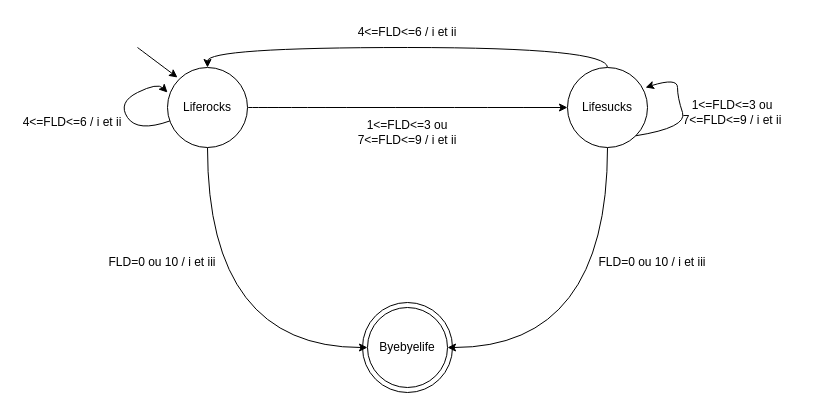
The draw.io diagram Automate.drawio in gwt734/Projet_INF203, before the edit. Source tidied: cells renumbered, new cells numbered last; positions are measured from the earlier drawing's top-left corner, leaving out a move shared by most shapes. Both pictures are drawn from the tidied source at 100%, with x=0, y=0 at pixel (17, 17).
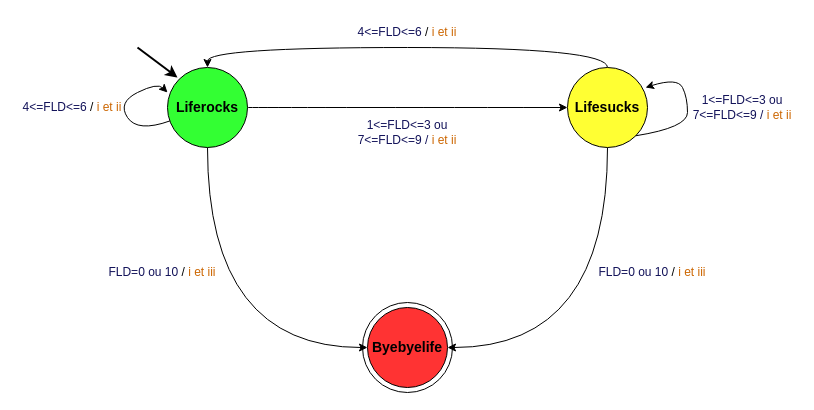
After the change.

The edit, as a diff of the source:
```diff
@@
-    <mxCell id="5" value="Liferocks" style="ellipse;whiteSpace=wrap;html=1;" parent="1" vertex="1">
+    <mxCell id="5" value="&lt;b&gt;&lt;font style=&quot;font-size: 14px&quot;&gt;Liferocks&lt;/font&gt;&lt;/b&gt;" style="ellipse;whiteSpace=wrap;html=1;fillColor=#33FF33;strokeColor=#000000;" parent="1" vertex="1">
       <mxGeometry x="150" y="50" width="80" height="80" as="geometry" />
     </mxCell>
@@
-    <mxCell id="8" value="Lifesucks" style="ellipse;whiteSpace=wrap;html=1;" parent="1" vertex="1">
+    <mxCell id="8" value="&lt;b&gt;&lt;font style=&quot;font-size: 14px&quot;&gt;Lifesucks&lt;/font&gt;&lt;/b&gt;" style="ellipse;whiteSpace=wrap;html=1;fillColor=#FFFF33;" parent="1" vertex="1">
       <mxGeometry x="550" y="50" width="80" height="80" as="geometry" />
     </mxCell>
-    <mxCell id="9" value="Byebyelife" style="ellipse;whiteSpace=wrap;html=1;" parent="1" vertex="1">
+    <mxCell id="9" value="&lt;font style=&quot;font-size: 14px&quot;&gt;&lt;b&gt;Byebyelife&lt;/b&gt;&lt;/font&gt;" style="ellipse;whiteSpace=wrap;html=1;fillColor=#FF3333;" parent="1" vertex="1">
       <mxGeometry x="350" y="290" width="80" height="80" as="geometry" />
     </mxCell>
     <mxCell id="10" style="curved=1;endArrow=classic;html=1;rounded=0;entryX=0.975;entryY=0.25;entryDx=0;entryDy=0;entryPerimeter=0;exitX=1;exitY=1;exitDx=0;exitDy=0;" parent="1" edge="1" source="8" target="8">
       <mxGeometry relative="1" as="geometry">
         <Array as="points">
           <mxPoint x="670" y="110" />
-          <mxPoint x="660" y="80" />
+          <mxPoint x="670" y="80" />
           <mxPoint x="660" y="60" />
         </Array>
       </mxGeometry>
     </mxCell>
@@
-    <mxCell id="12" style="endArrow=classic;html=1;rounded=0;curved=1;" parent="1" edge="1">
+    <mxCell id="12" style="endArrow=classic;html=1;rounded=0;curved=1;strokeWidth=2;" parent="1" edge="1">
       <mxGeometry relative="1" as="geometry">
         <mxPoint x="120" y="30" as="sourcePoint" />
         <mxPoint x="160" y="60" as="targetPoint" />
       </mxGeometry>
     </mxCell>
-    <mxCell id="13" value="4&amp;lt;=FLD&amp;lt;=6 / i et ii" style="text;html=1;strokeColor=none;fillColor=none;align=center;verticalAlign=middle;whiteSpace=wrap;rounded=0;" parent="1" vertex="1">
+    <mxCell id="13" value="&lt;font color=&quot;#121259&quot;&gt;4&amp;lt;=FLD&amp;lt;=6&lt;/font&gt; / &lt;font color=&quot;#CC6600&quot;&gt;i et ii&lt;/font&gt;" style="text;html=1;strokeColor=none;fillColor=none;align=center;verticalAlign=middle;whiteSpace=wrap;rounded=0;" parent="1" vertex="1">
       <mxGeometry x="335" width="110" height="30" as="geometry" />
     </mxCell>
-    <mxCell id="14" value="FLD=0 ou 10 / i et iii" style="text;html=1;strokeColor=none;fillColor=none;align=center;verticalAlign=middle;whiteSpace=wrap;rounded=0;" parent="1" vertex="1">
-      <mxGeometry x="580" y="230" width="110" height="30" as="geometry" />
-    </mxCell>
-    <mxCell id="15" value="FLD=0 ou 10 / i et iii" style="text;html=1;strokeColor=none;fillColor=none;align=center;verticalAlign=middle;whiteSpace=wrap;rounded=0;" parent="1" vertex="1">
-      <mxGeometry x="90" y="230" width="110" height="30" as="geometry" />
+    <mxCell id="15" value="&lt;font color=&quot;#121259&quot;&gt;FLD=0 ou 10 &lt;/font&gt;/ &lt;font color=&quot;#CC6600&quot;&gt;i et iii&lt;/font&gt;" style="text;html=1;strokeColor=none;fillColor=none;align=center;verticalAlign=middle;whiteSpace=wrap;rounded=0;" parent="1" vertex="1">
+      <mxGeometry x="90" y="240" width="110" height="30" as="geometry" />
     </mxCell>
-    <mxCell id="16" value="1&amp;lt;=FLD&amp;lt;=3 ou 7&amp;lt;=FLD&amp;lt;=9 / i et ii" style="text;html=1;strokeColor=none;fillColor=none;align=center;verticalAlign=middle;whiteSpace=wrap;rounded=0;" parent="1" vertex="1">
+    <mxCell id="16" value="&lt;font color=&quot;#121259&quot;&gt;1&amp;lt;=FLD&amp;lt;=3 ou 7&amp;lt;=FLD&amp;lt;=9 / &lt;font color=&quot;#CC6600&quot;&gt;i et ii&lt;/font&gt;&lt;/font&gt;" style="text;html=1;strokeColor=none;fillColor=none;align=center;verticalAlign=middle;whiteSpace=wrap;rounded=0;" parent="1" vertex="1">
       <mxGeometry x="335" y="100" width="110" height="30" as="geometry" />
     </mxCell>
+    <mxCell id="18" value="&lt;font color=&quot;#121259&quot;&gt;1&amp;lt;=FLD&amp;lt;=3 ou 7&amp;lt;=FLD&amp;lt;=9 / &lt;font color=&quot;#CC6600&quot;&gt;i et ii&lt;/font&gt;&lt;/font&gt;" style="text;html=1;strokeColor=none;fillColor=none;align=center;verticalAlign=middle;whiteSpace=wrap;rounded=0;" parent="1" vertex="1">
+      <mxGeometry x="670" y="75" width="110" height="30" as="geometry" />
+    </mxCell>
-    <mxCell id="17" value="4&amp;lt;=FLD&amp;lt;=6 / i et ii" style="text;html=1;strokeColor=none;fillColor=none;align=center;verticalAlign=middle;whiteSpace=wrap;rounded=0;" parent="1" vertex="1">
-      <mxGeometry y="90" width="110" height="30" as="geometry" />
+    <mxCell id="17" value="&lt;font color=&quot;#121259&quot;&gt;4&amp;lt;=FLD&amp;lt;=6&lt;/font&gt; / &lt;font color=&quot;#CC6600&quot;&gt;i et ii&lt;/font&gt;" style="text;html=1;strokeColor=none;fillColor=none;align=center;verticalAlign=middle;whiteSpace=wrap;rounded=0;" parent="1" vertex="1">
+      <mxGeometry y="75" width="110" height="30" as="geometry" />
     </mxCell>
-    <mxCell id="18" value="1&amp;lt;=FLD&amp;lt;=3 ou 7&amp;lt;=FLD&amp;lt;=9 / i et ii" style="text;html=1;strokeColor=none;fillColor=none;align=center;verticalAlign=middle;whiteSpace=wrap;rounded=0;" parent="1" vertex="1">
-      <mxGeometry x="660" y="80" width="110" height="30" as="geometry" />
-    </mxCell>
+    <mxCell id="14" value="&lt;font color=&quot;#121259&quot;&gt;FLD=0 ou 10 &lt;/font&gt;/ &lt;font color=&quot;#CC6600&quot;&gt;i et iii&lt;/font&gt;" style="text;html=1;strokeColor=none;fillColor=none;align=center;verticalAlign=middle;whiteSpace=wrap;rounded=0;" parent="1" vertex="1">
+      <mxGeometry x="580" y="240" width="110" height="30" as="geometry" />
+    </mxCell>
```
